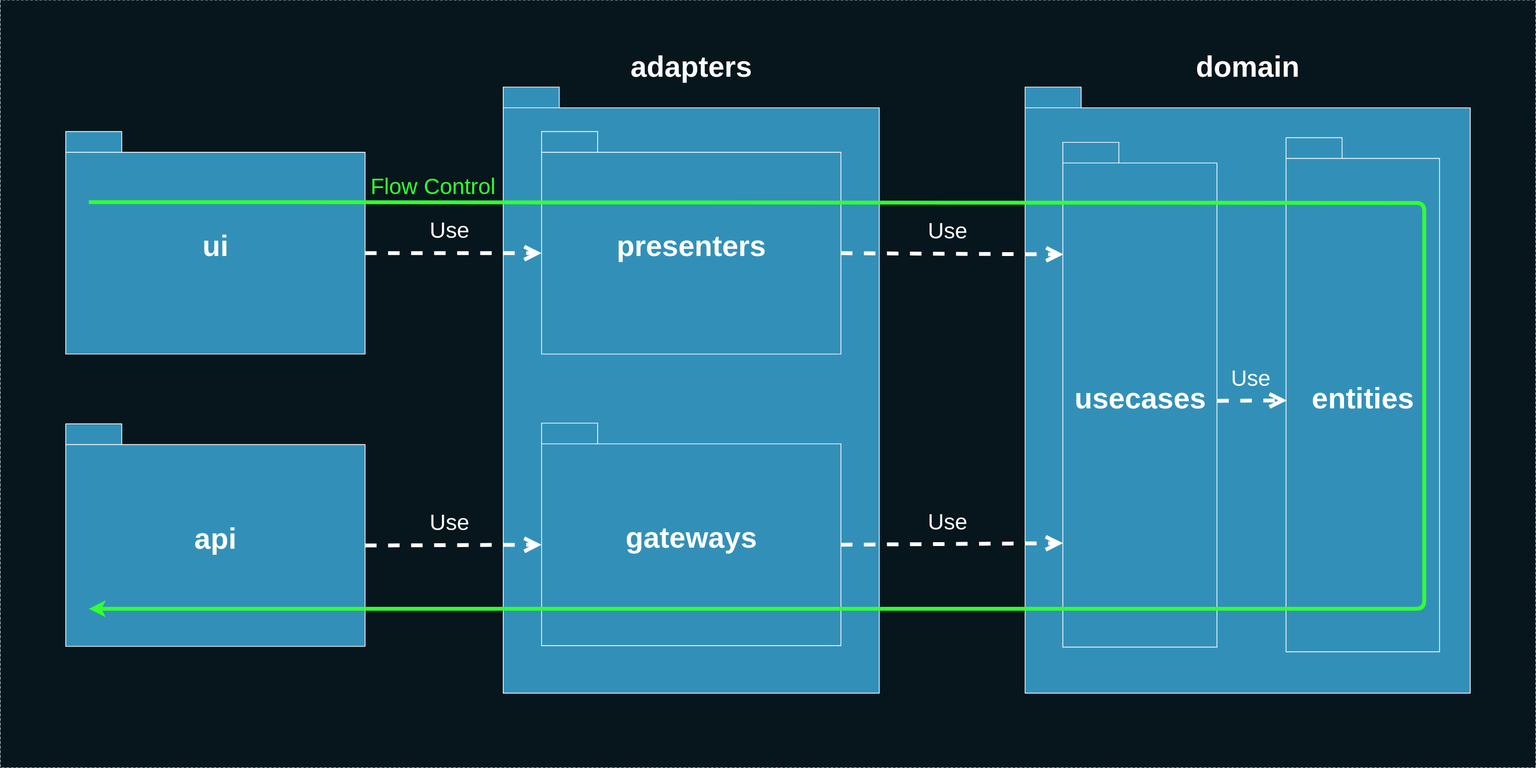
AlexanderLapygin/ca-react-rest-api-starter keeps this draw.io diagram as deck/ru/diagrams/packagesDependenciesFlowControl.svg. Above is the earlier version. Source tidied: cells renumbered, new cells last; positions are measured from the earlier drawing's top-left corner, leaving out a move shared by most shapes.
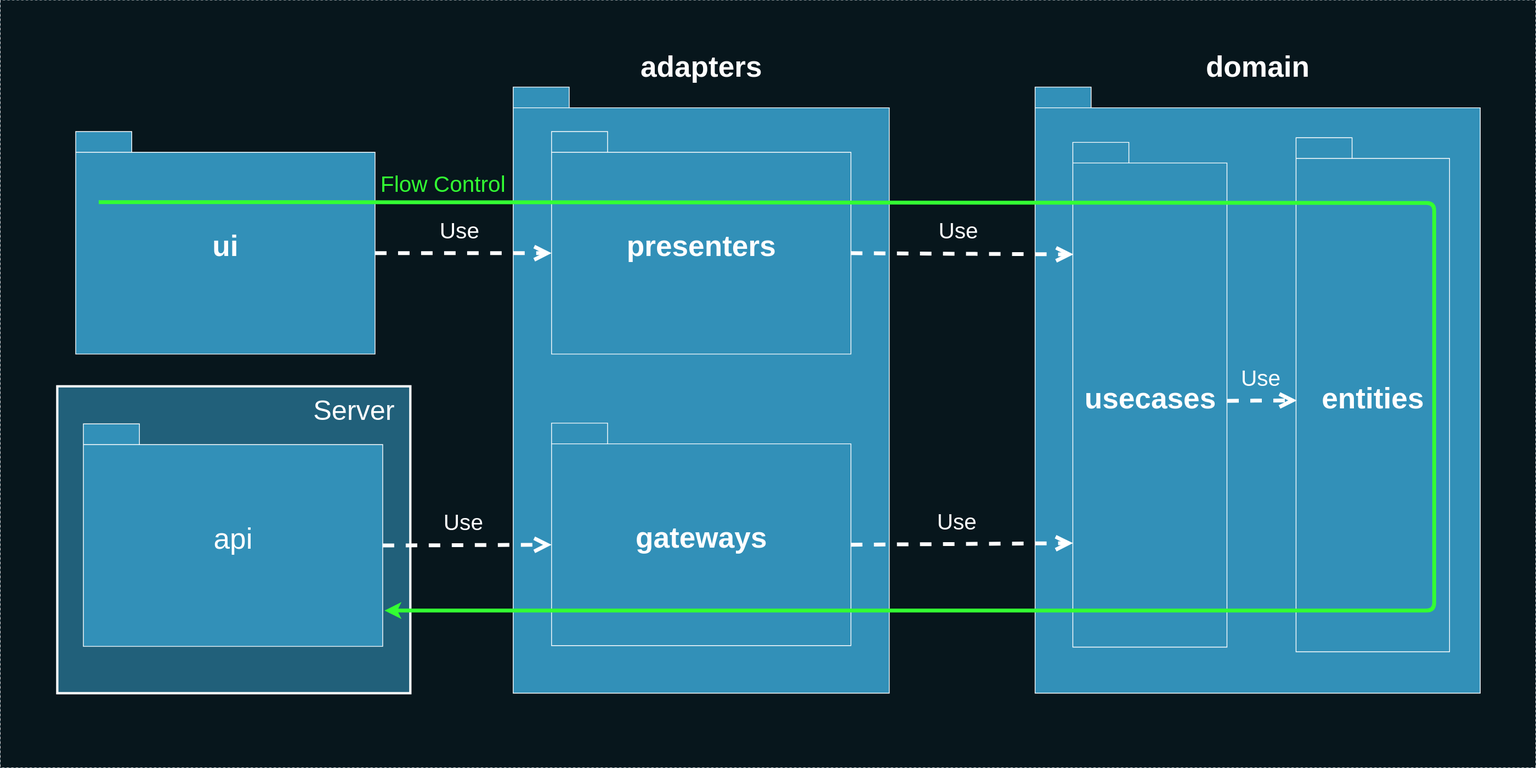
The same file after the commit.

Change to the diagram source:
```diff
@@ -3,14 +3,11 @@
     <mxCell id="0" />
     <mxCell id="1" parent="0" />
     <mxCell id="2" style="rounded=0;whiteSpace=wrap;html=1;fillColor=#07161C;fontSize=30;fontColor=#FFFFFF;strokeColor=#0C242E;dashed=1;" parent="1" vertex="1">
-      <mxGeometry y="-0.1" width="2000" height="1000" as="geometry" />
+      <mxGeometry x="-13" y="-0.1" width="2000" height="1000" as="geometry" />
     </mxCell>
     <mxCell id="3" value="&lt;font color=&quot;#ffffff&quot; style=&quot;font-size: 38px&quot;&gt;ui&lt;/font&gt;" style="shape=folder;fontStyle=1;spacingTop=10;tabWidth=73;tabHeight=27;tabPosition=left;html=1;strokeColor=#FFFFFF;fillColor=#3290B8;" parent="1" vertex="1">
       <mxGeometry x="85" y="171" width="390" height="290" as="geometry" />
     </mxCell>
-    <mxCell id="4" value="&lt;font color=&quot;#ffffff&quot; style=&quot;font-size: 38px&quot;&gt;api&lt;/font&gt;" style="shape=folder;fontStyle=1;spacingTop=10;tabWidth=73;tabHeight=27;tabPosition=left;html=1;strokeColor=#FFFFFF;fillColor=#3290B8;" parent="1" vertex="1">
-      <mxGeometry x="85" y="552" width="390" height="290" as="geometry" />
-    </mxCell>
     <mxCell id="5" style="group;" parent="1" vertex="1">
       <mxGeometry x="655" y="113" width="490" height="790" as="geometry" />
     </mxCell>
@@ -41,28 +38,40 @@
     <mxCell id="14" value="Use" style="endArrow=open;endSize=12;dashed=1;html=1;strokeColor=#FFFFFF;strokeWidth=5;fontSize=29;fontColor=#FFFFFF;entryX=0;entryY=0;entryDx=0;entryDy=158.5;entryPerimeter=0;exitX=0;exitY=0;exitDx=390;exitDy=158.5;exitPerimeter=0;labelBackgroundColor=none;" parent="1" edge="1" source="3" target="7">
       <mxGeometry x="-0.04" y="29" relative="1" as="geometry" />
     </mxCell>
-    <mxCell id="15" value="Use" style="endArrow=open;endSize=12;dashed=1;html=1;strokeColor=#FFFFFF;strokeWidth=5;fontSize=29;fontColor=#FFFFFF;entryX=0;entryY=0;entryDx=0;entryDy=158.5;entryPerimeter=0;exitX=0;exitY=0;exitDx=390;exitDy=158.5;exitPerimeter=0;labelBackgroundColor=none;" parent="1" edge="1" source="4" target="8">
-      <mxGeometry x="-0.04" y="29" relative="1" as="geometry" />
-    </mxCell>
     <mxCell id="16" value="Use" style="endArrow=open;endSize=12;dashed=1;html=1;strokeColor=#FFFFFF;strokeWidth=5;fontSize=29;fontColor=#FFFFFF;entryX=0.004;entryY=0.222;entryDx=0;entryDy=0;entryPerimeter=0;exitX=0;exitY=0;exitDx=390;exitDy=158.5;exitPerimeter=0;labelBackgroundColor=none;" parent="1" edge="1" source="7" target="12">
       <mxGeometry x="-0.04" y="29" relative="1" as="geometry" />
     </mxCell>
     <mxCell id="17" value="Use" style="endArrow=open;endSize=12;dashed=1;html=1;strokeColor=#FFFFFF;strokeWidth=5;fontSize=29;fontColor=#FFFFFF;entryX=0.001;entryY=0.794;entryDx=0;entryDy=0;entryPerimeter=0;exitX=0;exitY=0;exitDx=390;exitDy=158.5;exitPerimeter=0;labelBackgroundColor=none;" parent="1" edge="1" source="8" target="12">
       <mxGeometry x="-0.04" y="29" relative="1" as="geometry" />
     </mxCell>
+    <mxCell id="19" value="Flow Control" style="text;html=1;strokeColor=none;fillColor=none;align=center;verticalAlign=middle;whiteSpace=wrap;rounded=0;fontSize=29;fontColor=#33FF33;" parent="1" vertex="1">
+      <mxGeometry x="479" y="230" width="170" height="20" as="geometry" />
+    </mxCell>
+    <mxCell id="20" style="group;" parent="1" vertex="1">
+      <mxGeometry x="61" y="503" width="460" height="400" as="geometry" />
+    </mxCell>
+    <mxCell id="21" style="rounded=0;whiteSpace=wrap;html=1;strokeColor=#FFFFFF;strokeWidth=3;fillColor=#21607A;fontSize=23;fontColor=#FFFFFF;" parent="20" vertex="1">
+      <mxGeometry width="460" height="400" as="geometry" />
+    </mxCell>
+    <mxCell id="4" value="&lt;font color=&quot;#ffffff&quot; style=&quot;font-size: 38px ; font-weight: normal&quot;&gt;api&lt;/font&gt;" style="shape=folder;fontStyle=1;spacingTop=10;tabWidth=73;tabHeight=27;tabPosition=left;html=1;strokeColor=#FFFFFF;fillColor=#3290B8;" parent="20" vertex="1">
+      <mxGeometry x="34" y="49" width="390" height="290" as="geometry" />
+    </mxCell>
+    <mxCell id="22" value="Server" style="text;html=1;strokeColor=none;fillColor=none;align=center;verticalAlign=middle;whiteSpace=wrap;rounded=0;fontSize=36;fontColor=#FFFFFF;fontStyle=0;" parent="20" vertex="1">
+      <mxGeometry x="327" y="21" width="120" height="20" as="geometry" />
+    </mxCell>
-    <mxCell id="18" style="edgeStyle=segmentEdgeStyle;endArrow=classic;html=1;labelBackgroundColor=none;strokeColor=#33FF33;strokeWidth=5;fontSize=29;fontColor=#FFFFFF;" parent="1" edge="1">
+    <mxCell id="18" style="edgeStyle=segmentEdgeStyle;endArrow=classic;html=1;labelBackgroundColor=none;strokeColor=#33FF33;strokeWidth=5;fontSize=29;fontColor=#FFFFFF;entryX=1.006;entryY=0.839;entryDx=0;entryDy=0;entryPerimeter=0;" parent="1" edge="1" target="4">
       <mxGeometry relative="1" as="geometry">
         <mxPoint x="115" y="263" as="sourcePoint" />
-        <mxPoint x="115" y="793" as="targetPoint" />
         <Array as="points">
           <mxPoint x="375" y="263" />
+          <mxPoint x="375" y="264" />
           <mxPoint x="1855" y="264" />
-          <mxPoint x="1855" y="793" />
+          <mxPoint x="1855" y="795" />
         </Array>
       </mxGeometry>
     </mxCell>
-    <mxCell id="19" value="Flow Control" style="text;html=1;strokeColor=none;fillColor=none;align=center;verticalAlign=middle;whiteSpace=wrap;rounded=0;fontSize=29;fontColor=#33FF33;" parent="1" vertex="1">
-      <mxGeometry x="479" y="233" width="170" height="20" as="geometry" />
-    </mxCell>
+    <mxCell id="15" value="Use" style="endArrow=open;endSize=12;dashed=1;html=1;strokeColor=#FFFFFF;strokeWidth=5;fontSize=29;fontColor=#FFFFFF;entryX=0;entryY=0;entryDx=0;entryDy=158.5;entryPerimeter=0;exitX=0;exitY=0;exitDx=390;exitDy=158.5;labelBackgroundColor=none;exitPerimeter=0;" parent="1" edge="1" source="4" target="8">
+      <mxGeometry x="-0.04" y="29" relative="1" as="geometry" />
+    </mxCell>
   </root>
 </mxGraphModel>
```
